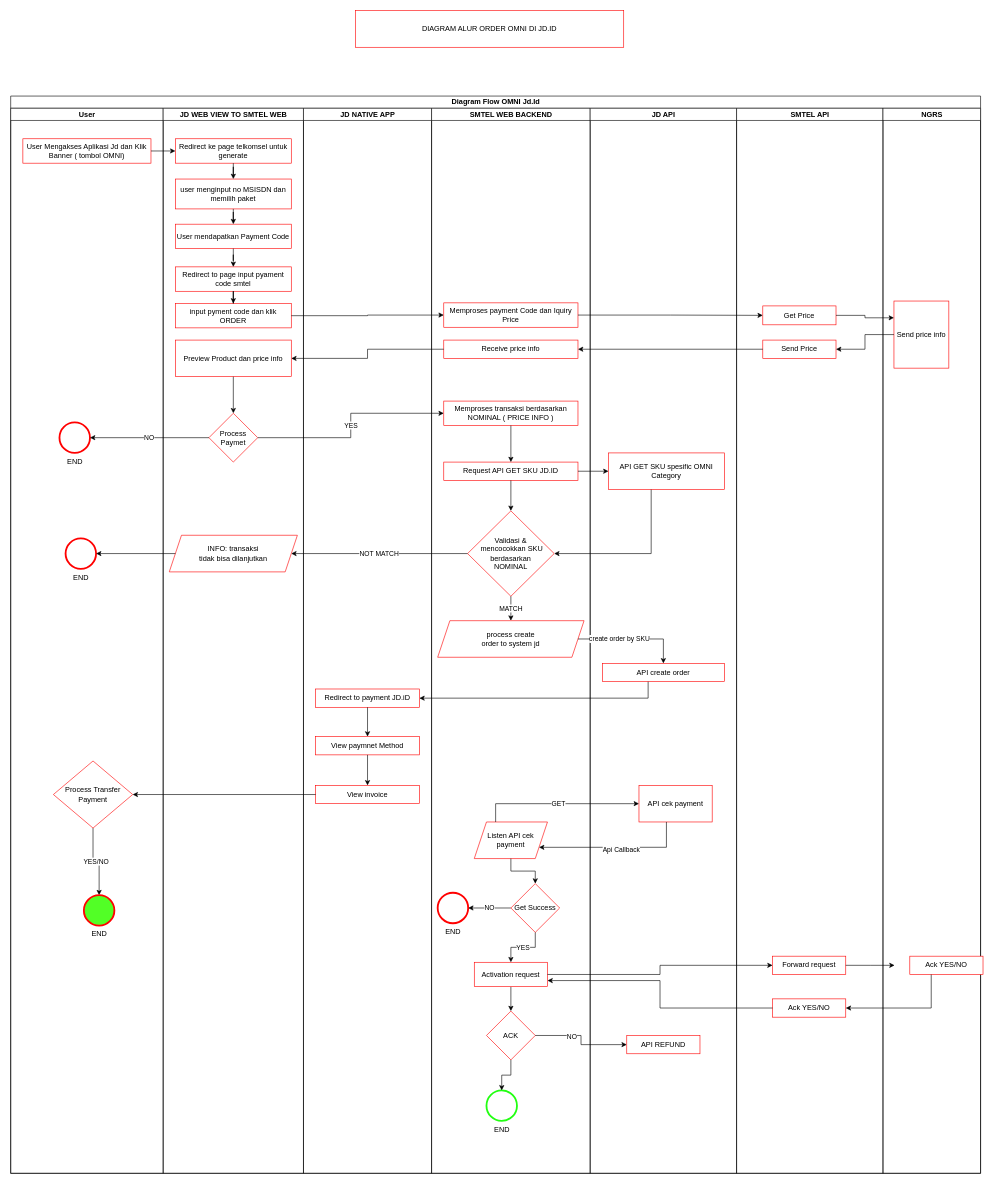
The draw.io diagram public/OMNI.drawio in jrpikong/wordcalculator, before the edit. Source tidied: cells renumbered, new cells numbered last; positions are measured from the earlier drawing's top-left corner, leaving out a move shared by most shapes. Both pictures are drawn from the tidied source at 61%, with x=0, y=0 at pixel (10, 10).
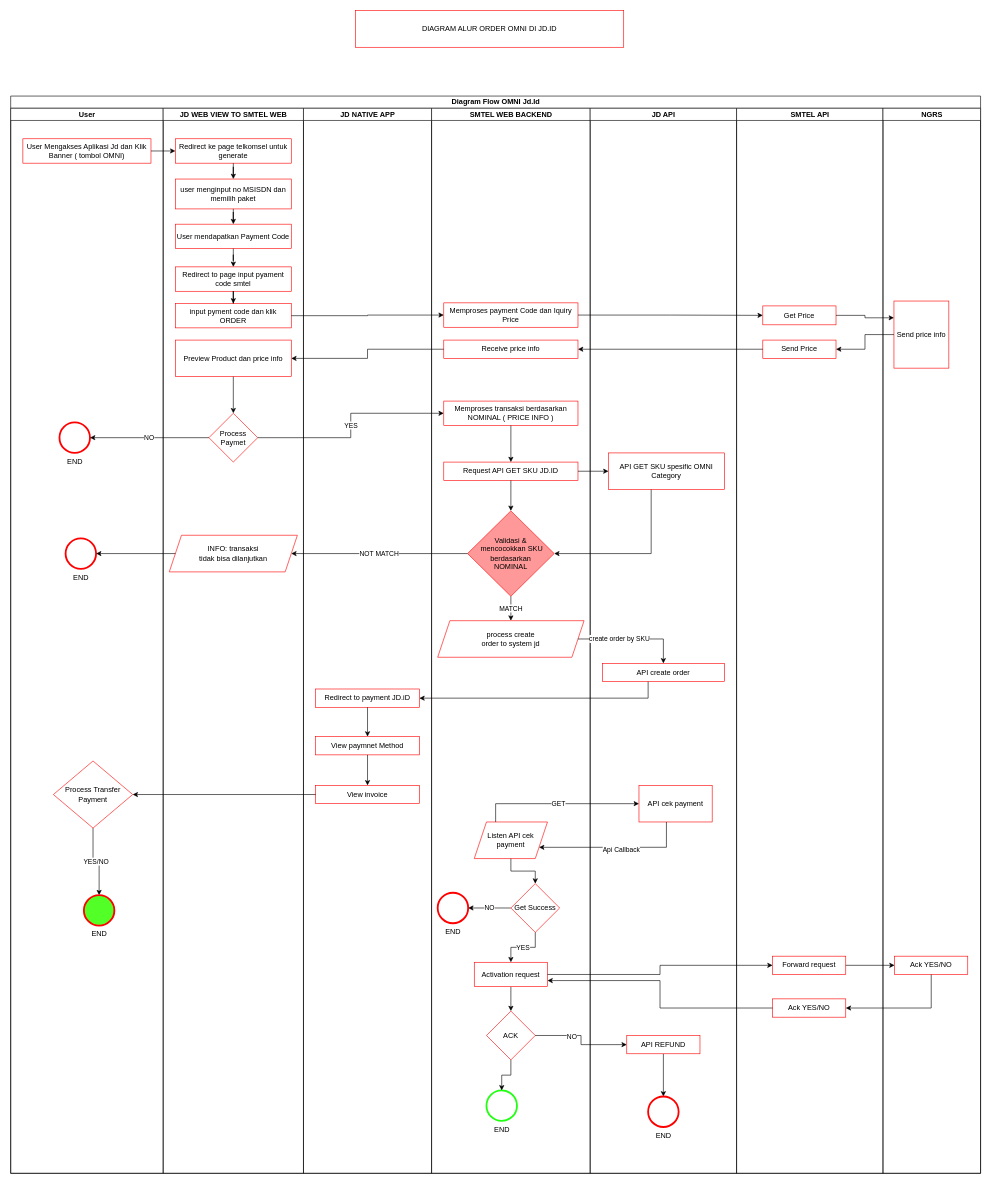
After the change.

The change refers to these unchanged cells:
```xml
<mxCell id="2" value="Diagram Flow OMNI Jd.Id" style="swimlane;html=1;startSize=20;" parent="1" vertex="1">
  <mxGeometry y="140" width="1590" height="1766" as="geometry" />
</mxCell>
<mxCell id="31" value="SMTEL WEB BACKEND" style="swimlane;html=1;startSize=20;" parent="2" vertex="1">
  <mxGeometry x="690" y="20" width="260" height="1746" as="geometry" />
</mxCell>
<mxCell id="52" value="JD API" style="swimlane;html=1;startSize=20;" parent="2" vertex="1">
  <mxGeometry x="950" y="20" width="240" height="1746" as="geometry" />
</mxCell>
<mxCell id="56" value="API REFUND" style="whiteSpace=wrap;html=1;strokeColor=#FF0000;fillColor=#ffffff;" parent="52" vertex="1">
  <mxGeometry x="60" y="1520" width="120" height="30" as="geometry" />
</mxCell>
<mxCell id="60" value="Forward request" style="whiteSpace=wrap;html=1;strokeColor=#FF0000;fillColor=#ffffff;" parent="57" vertex="1">
  <mxGeometry x="59" y="1390" width="120" height="30" as="geometry" />
</mxCell>
<mxCell id="63" value="NGRS" style="swimlane;html=1;startSize=20;" parent="2" vertex="1">
  <mxGeometry x="1430" y="20" width="160" height="1746" as="geometry" />
</mxCell>
```

The edit, as a diff of the source:
```diff
@@
-    <mxCell id="38" value="&lt;div align=&quot;center&quot;&gt;Validasi &amp;amp;&lt;/div&gt;&lt;div align=&quot;center&quot;&gt;&amp;nbsp;mencocokkan SKU berdasarkan &lt;br&gt;&lt;/div&gt;&lt;div align=&quot;center&quot;&gt;NOMINAL&lt;/div&gt;" style="rhombus;whiteSpace=wrap;html=1;strokeColor=#FF0000;align=center;" parent="31" vertex="1">
+    <mxCell id="38" value="&lt;div align=&quot;center&quot;&gt;Validasi &amp;amp;&lt;/div&gt;&lt;div align=&quot;center&quot;&gt;&amp;nbsp;mencocokkan SKU berdasarkan &lt;br&gt;&lt;/div&gt;&lt;div align=&quot;center&quot;&gt;NOMINAL&lt;/div&gt;" style="rhombus;whiteSpace=wrap;html=1;strokeColor=#FF0000;align=center;fillColor=#FF9999;" parent="31" vertex="1">
       <mxGeometry x="59" y="660" width="142" height="140" as="geometry" />
     </mxCell>
@@
+    <mxCell id="93" style="edgeStyle=orthogonalEdgeStyle;rounded=0;jettySize=auto;html=1;" parent="52" edge="1" source="56" target="94">
+      <mxGeometry relative="1" as="geometry" />
+    </mxCell>
@@
+    <mxCell id="94" value="END" style="points=[[0.145,0.145,0],[0.5,0,0],[0.855,0.145,0],[1,0.5,0],[0.855,0.855,0],[0.5,1,0],[0.145,0.855,0],[0,0.5,0]];shape=mxgraph.bpmn.event;html=1;verticalLabelPosition=bottom;labelBackgroundColor=#ffffff;verticalAlign=top;align=center;perimeter=ellipsePerimeter;outlineConnect=0;outline=end;symbol=terminate2;strokeColor=#FF0000;fillColor=#ffffff;" parent="52" vertex="1">
+      <mxGeometry x="95" y="1620" width="50" height="50" as="geometry" />
+    </mxCell>
@@
     <mxCell id="66" value="Ack YES/NO" style="whiteSpace=wrap;html=1;strokeColor=#FF0000;fillColor=#ffffff;" parent="63" vertex="1">
-      <mxGeometry x="44" y="1390" width="120" height="30" as="geometry" />
+      <mxGeometry x="19" y="1390" width="120" height="30" as="geometry" />
     </mxCell>
@@
-    <mxCell id="87" style="edgeStyle=orthogonalEdgeStyle;rounded=0;jettySize=auto;html=1;entryX=0;entryY=0.5;entryDx=0;entryDy=0;" parent="2" edge="1" source="60">
-      <mxGeometry relative="1" as="geometry">
-        <mxPoint x="1449" y="1425" as="targetPoint" />
-      </mxGeometry>
-    </mxCell>
@@
+    <mxCell id="95" style="edgeStyle=orthogonalEdgeStyle;rounded=0;jettySize=auto;html=1;" parent="2" edge="1" source="60" target="66">
+      <mxGeometry relative="1" as="geometry" />
+    </mxCell>
```
